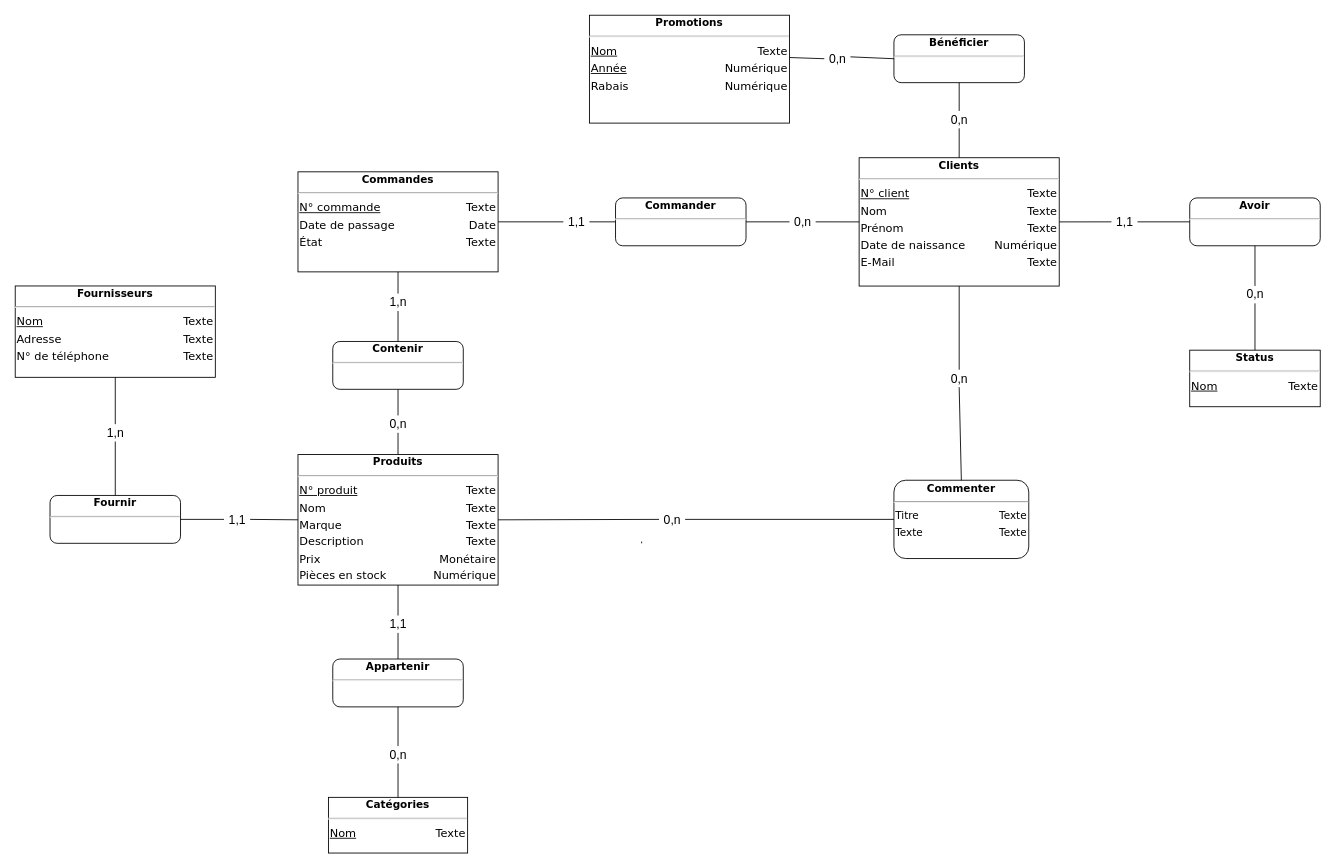
Earlier version of the draw.io diagram temp/MCD.drawio (benjaminMum/MA-08-Modele-ECommerce). Source tidied: cells renumbered, new cells numbered last; positions are measured from the earlier drawing's top-left corner, leaving out a move shared by most shapes. Both pictures are drawn from the tidied source at 87%, with x=0, y=0 at pixel (15, 15).
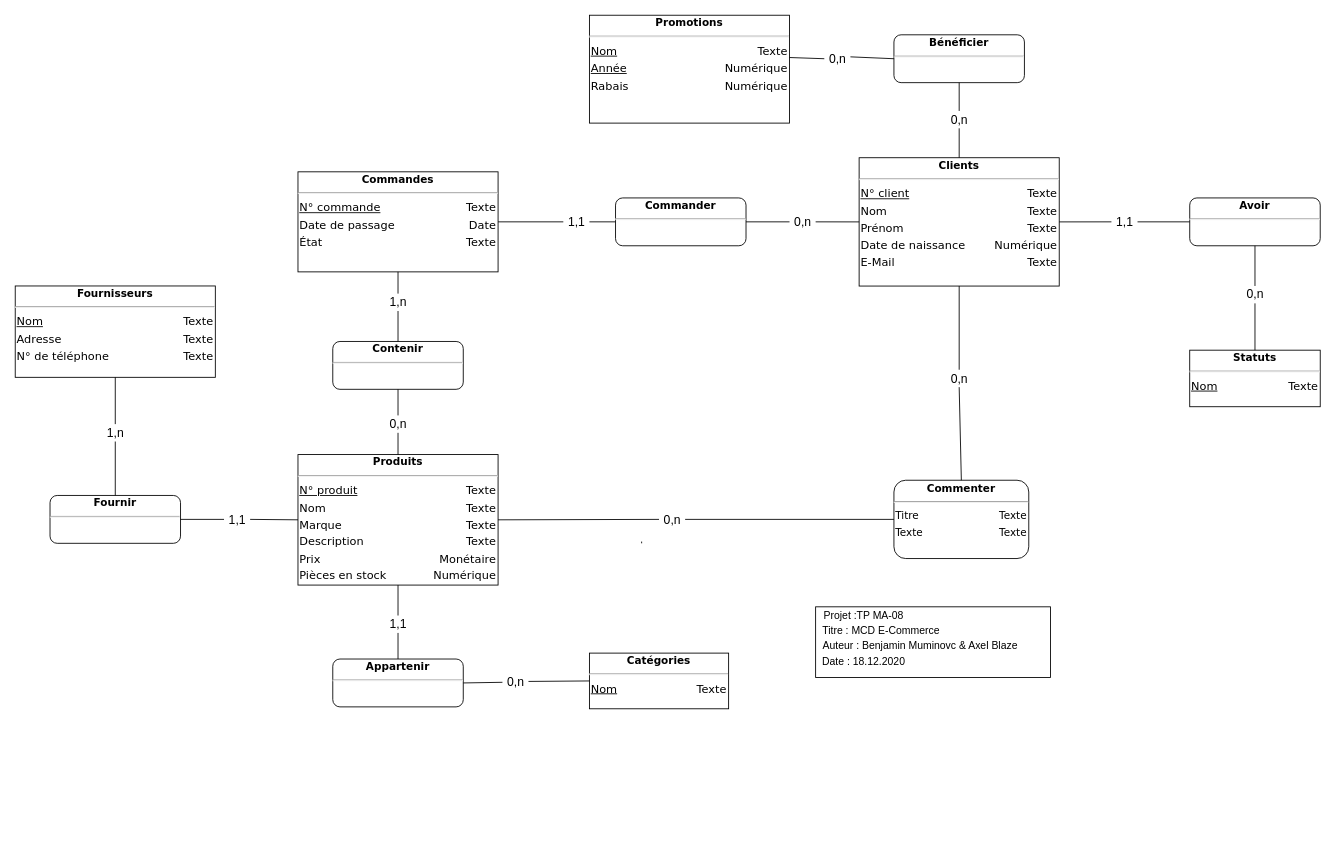
After the change.

Unchanged cells that the change refers to:
```xml
<mxCell id="12" value="&lt;div style=&quot;box-sizing: border-box ; width: 100% ; padding: 2px&quot;&gt;&lt;span style=&quot;background-color: rgb(255 , 255 , 255)&quot;&gt;&lt;b&gt;Appartenir&lt;/b&gt;&lt;/span&gt;&lt;/div&gt;&lt;hr&gt;&lt;table style=&quot;width: 100% ; font-size: 1em&quot; cellpadding=&quot;2&quot; cellspacing=&quot;0&quot;&gt;&lt;tbody&gt;&lt;tr&gt;&lt;td style=&quot;text-align: left&quot;&gt;&lt;br&gt;&lt;/td&gt;&lt;td style=&quot;text-align: right&quot;&gt;&lt;br&gt;&lt;/td&gt;&lt;/tr&gt;&lt;/tbody&gt;&lt;/table&gt;" style="verticalAlign=top;align=center;overflow=fill;html=1;rounded=1;shadow=0;comic=0;labelBackgroundColor=none;strokeColor=#000000;strokeWidth=1;fillColor=#ffffff;fontFamily=Verdana;fontSize=12;fontColor=#000000;" parent="1" vertex="1">
  <mxGeometry x="365" y="740" width="150" height="55" as="geometry" />
</mxCell>
```

Change to the diagram source:
```diff
@@
-    <mxCell id="10" value="&lt;div style=&quot;box-sizing: border-box ; width: 100% ; padding: 2px&quot;&gt;&lt;span style=&quot;background-color: rgb(255 , 255 , 255)&quot;&gt;&lt;b&gt;Status&lt;/b&gt;&lt;/span&gt;&lt;/div&gt;&lt;hr&gt;&lt;table style=&quot;width: 100% ; font-size: 1em&quot; cellpadding=&quot;2&quot; cellspacing=&quot;0&quot;&gt;&lt;tbody style=&quot;font-size: 13px&quot;&gt;&lt;tr&gt;&lt;td style=&quot;text-align: left&quot;&gt;&lt;u&gt;Nom&lt;/u&gt;&lt;/td&gt;&lt;td style=&quot;text-align: right&quot;&gt;Texte&lt;/td&gt;&lt;/tr&gt;&lt;/tbody&gt;&lt;/table&gt;" style="verticalAlign=top;align=center;overflow=fill;html=1;rounded=0;shadow=0;comic=0;labelBackgroundColor=none;strokeColor=#000000;strokeWidth=1;fillColor=#ffffff;fontFamily=Verdana;fontSize=12;fontColor=#000000;" parent="1" vertex="1">
+    <mxCell id="10" value="&lt;div style=&quot;box-sizing: border-box ; width: 100% ; padding: 2px&quot;&gt;&lt;span style=&quot;background-color: rgb(255 , 255 , 255)&quot;&gt;&lt;b&gt;Statuts&lt;/b&gt;&lt;/span&gt;&lt;/div&gt;&lt;hr&gt;&lt;table style=&quot;width: 100% ; font-size: 1em&quot; cellpadding=&quot;2&quot; cellspacing=&quot;0&quot;&gt;&lt;tbody style=&quot;font-size: 13px&quot;&gt;&lt;tr&gt;&lt;td style=&quot;text-align: left&quot;&gt;&lt;u&gt;Nom&lt;/u&gt;&lt;/td&gt;&lt;td style=&quot;text-align: right&quot;&gt;Texte&lt;/td&gt;&lt;/tr&gt;&lt;/tbody&gt;&lt;/table&gt;" style="verticalAlign=top;align=center;overflow=fill;html=1;rounded=0;shadow=0;comic=0;labelBackgroundColor=none;strokeColor=#000000;strokeWidth=1;fillColor=#ffffff;fontFamily=Verdana;fontSize=12;fontColor=#000000;" parent="1" vertex="1">
       <mxGeometry x="1350" y="385" width="150" height="65" as="geometry" />
     </mxCell>
     <mxCell id="11" value="&lt;div style=&quot;box-sizing: border-box ; width: 100% ; padding: 2px&quot;&gt;&lt;span style=&quot;background-color: rgb(255 , 255 , 255)&quot;&gt;&lt;b&gt;Catégories&lt;/b&gt;&lt;/span&gt;&lt;/div&gt;&lt;hr&gt;&lt;table style=&quot;width: 100% ; font-size: 1em&quot; cellpadding=&quot;2&quot; cellspacing=&quot;0&quot;&gt;&lt;tbody style=&quot;font-size: 13px&quot;&gt;&lt;tr&gt;&lt;td style=&quot;text-align: left&quot;&gt;&lt;u&gt;Nom&lt;/u&gt;&lt;/td&gt;&lt;td style=&quot;text-align: right&quot;&gt;Texte&lt;/td&gt;&lt;/tr&gt;&lt;/tbody&gt;&lt;/table&gt;" style="verticalAlign=top;align=center;overflow=fill;html=1;rounded=0;shadow=0;comic=0;labelBackgroundColor=none;strokeColor=#000000;strokeWidth=1;fillColor=#ffffff;fontFamily=Verdana;fontSize=12;fontColor=#000000;" parent="1" vertex="1">
-      <mxGeometry x="360" y="899" width="160" height="64" as="geometry" />
+      <mxGeometry x="660" y="733.2" width="160" height="64" as="geometry" />
     </mxCell>
@@
-    <mxCell id="21" style="endArrow=none;html=1;exitX=0.5;exitY=0;exitDx=0;exitDy=0;entryX=0.5;entryY=1;entryDx=0;entryDy=0;" parent="1" edge="1" source="33" target="12">
+    <mxCell id="21" style="endArrow=none;html=1;entryX=1;entryY=0.5;entryDx=0;entryDy=0;" parent="1" edge="1" source="33" target="12">
       <mxGeometry relative="1" as="geometry" />
     </mxCell>
@@
     <mxCell id="33" value="0,n" style="text;html=1;align=center;verticalAlign=middle;points=[];fontSize=14;" parent="1" vertex="1">
-      <mxGeometry x="425" y="840" width="30" height="20" as="geometry" />
+      <mxGeometry x="560" y="756.5" width="30" height="20" as="geometry" />
     </mxCell>
-    <mxCell id="34" style="endArrow=none;html=1;exitX=0.5;exitY=0;exitDx=0;exitDy=0;entryX=0.5;entryY=1;entryDx=0;entryDy=0;" parent="1" edge="1" source="11" target="33">
+    <mxCell id="34" style="endArrow=none;html=1;exitX=0;exitY=0.5;exitDx=0;exitDy=0;entryX=0.998;entryY=0.463;entryDx=0;entryDy=0;entryPerimeter=0;" parent="1" edge="1" source="11" target="33">
       <mxGeometry relative="1" as="geometry" />
     </mxCell>
@@
+    <mxCell id="60" style="rounded=0;whiteSpace=wrap;html=1;" parent="1" vertex="1">
+      <mxGeometry x="920" y="680" width="270" height="81.2" as="geometry" />
+    </mxCell>
+    <mxCell id="61" value="Projet :TP MA-08" style="text;html=1;align=center;verticalAlign=middle;" parent="1" vertex="1">
+      <mxGeometry x="920" y="681.2" width="110" height="20" as="geometry" />
+    </mxCell>
+    <mxCell id="62" value="Auteur : Benjamin Muminovc &amp;amp; Axel Blaze" style="text;html=1;align=center;verticalAlign=middle;" parent="1" vertex="1">
+      <mxGeometry x="920" y="715.2" width="240" height="20" as="geometry" />
+    </mxCell>
+    <mxCell id="63" value="Date : 18.12.2020" style="text;html=1;align=center;verticalAlign=middle;" parent="1" vertex="1">
+      <mxGeometry x="920" y="733.2" width="110" height="20" as="geometry" />
+    </mxCell>
+    <mxCell id="64" value="Titre : MCD E-Commerce" style="text;html=1;align=center;verticalAlign=middle;" parent="1" vertex="1">
+      <mxGeometry x="920" y="698.2" width="150" height="20" as="geometry" />
+    </mxCell>
```
